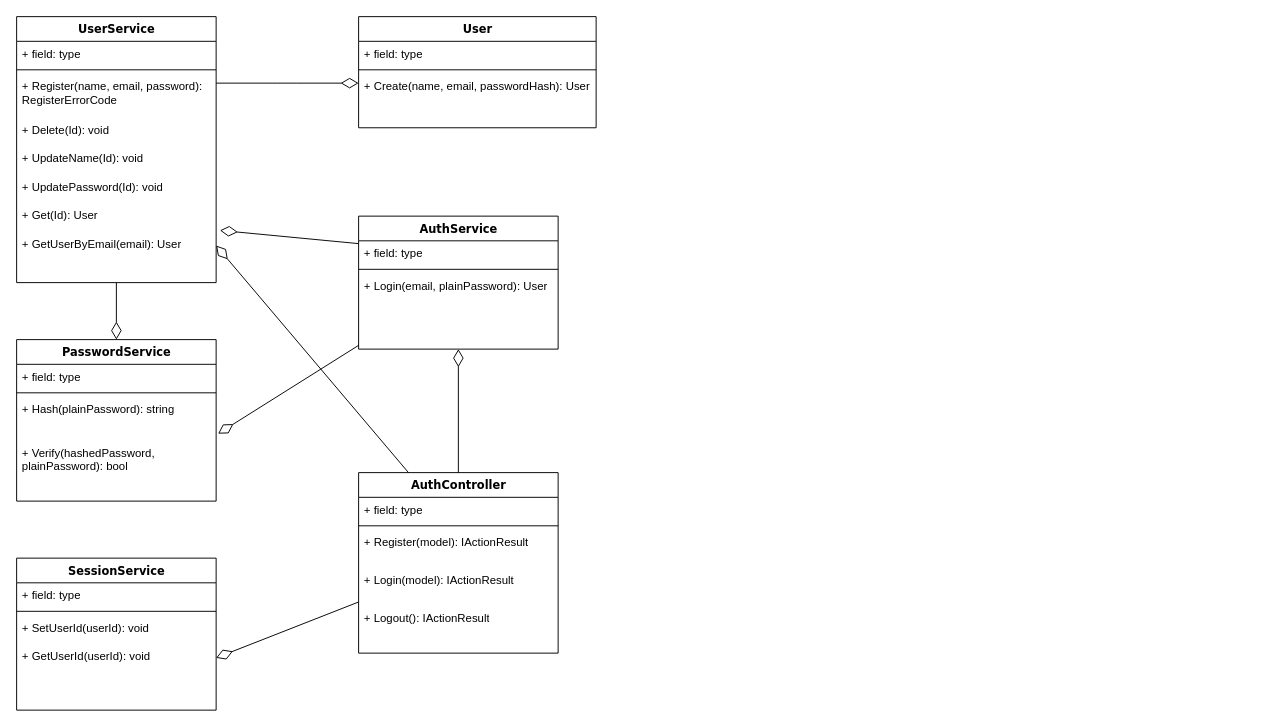
Earlier version of the draw.io diagram App/Documents/ClassDiagram.drawio (KakoFujimoto/MinTwitterApp). Source tidied: cells renumbered, new cells numbered last; positions are measured from the earlier drawing's top-left corner, leaving out a move shared by most shapes. Both pictures are drawn from the tidied source at 95%, with x=0, y=0 at pixel (16, 16).
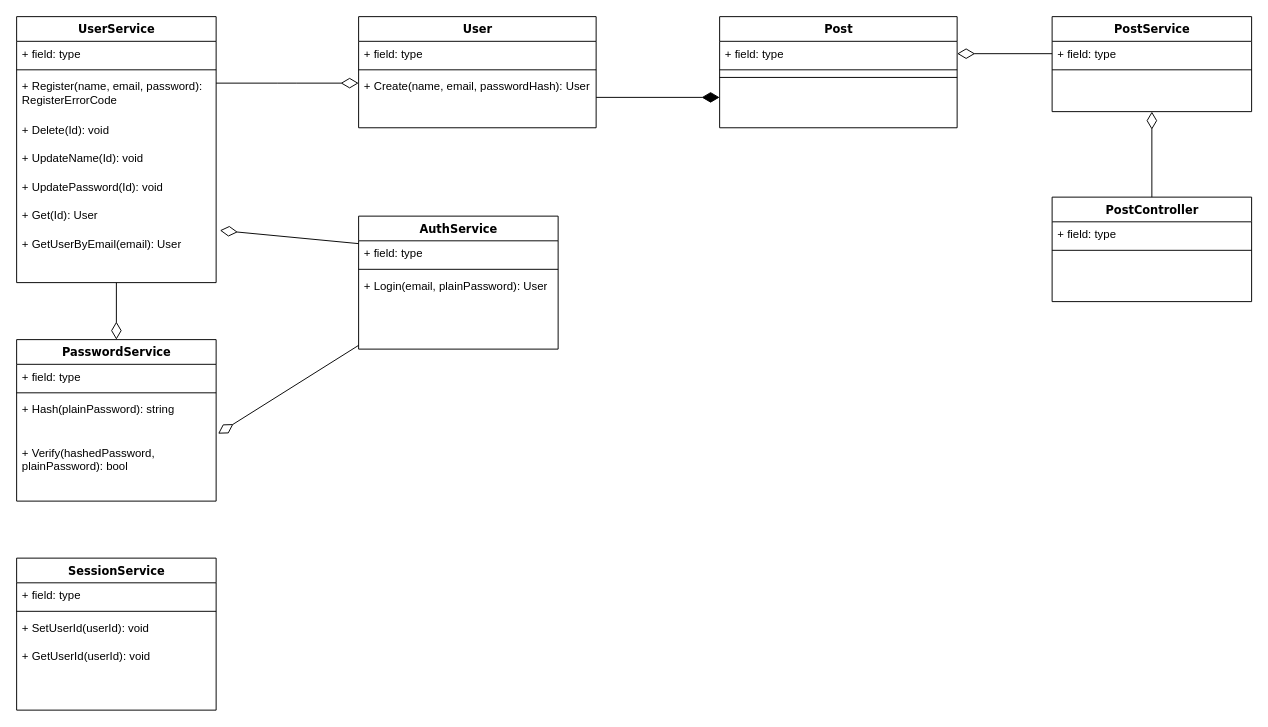
After the change.

Commit message:
クラス図にPost関連を追加

The change refers to these unchanged cells:
```xml
<mxCell id="11" value="+ GetUserByEmail&lt;span style=&quot;color: rgb(0, 0, 0);&quot;&gt;(email)&lt;/span&gt;: User" style="text;html=1;strokeColor=none;fillColor=none;align=left;verticalAlign=top;spacingLeft=4;spacingRight=4;whiteSpace=wrap;overflow=hidden;points=[[0,0.5],[1,0.5]];portConstraint=eastwest;" parent="3" vertex="1">
  <mxGeometry y="226" width="210" height="30" as="geometry" />
</mxCell>
<mxCell id="15" value="+ Create(name, email, passwordHash): User" style="text;html=1;strokeColor=none;fillColor=none;align=left;verticalAlign=top;spacingLeft=4;spacingRight=4;whiteSpace=wrap;overflow=hidden;points=[[0,0.5],[1,0.5]];portConstraint=eastwest;" parent="12" vertex="1">
  <mxGeometry y="60" width="250" height="50" as="geometry" />
</mxCell>
<mxCell id="22" value="AuthService" style="swimlane;html=1;fontStyle=1;align=center;verticalAlign=top;horizontal=1;startSize=26;swimlaneFillColor=#ffffff;rounded=0;shadow=0;comic=0;labelBackgroundColor=none;strokeWidth=1;fillColor=none;fontFamily=Verdana;fontSize=12;" parent="1" vertex="1">
  <mxGeometry x="360" y="210" width="210" height="140" as="geometry" />
</mxCell>
<mxCell id="32" value="+ GetUserId(userId): void" style="text;html=1;strokeColor=none;fillColor=none;align=left;verticalAlign=top;spacingLeft=4;spacingRight=4;whiteSpace=wrap;overflow=hidden;points=[[0,0.5],[1,0.5]];portConstraint=eastwest;" parent="28" vertex="1">
  <mxGeometry y="90" width="210" height="30" as="geometry" />
</mxCell>
```

The edit, as a diff of the source:
```diff
@@
-    <mxCell id="33" style="edgeStyle=none;html=1;exitX=0.5;exitY=0;exitDx=0;exitDy=0;entryX=0.5;entryY=1;entryDx=0;entryDy=0;endArrow=diamondThin;endFill=0;endSize=16;" parent="1" edge="1" source="35" target="22">
-      <mxGeometry relative="1" as="geometry" />
-    </mxCell>
-    <mxCell id="34" style="edgeStyle=none;html=1;exitX=0.25;exitY=0;exitDx=0;exitDy=0;entryX=1;entryY=0.5;entryDx=0;entryDy=0;endArrow=diamondThin;endFill=0;endSize=16;" parent="1" edge="1" source="35" target="11">
-      <mxGeometry relative="1" as="geometry" />
-    </mxCell>
-    <mxCell id="35" value="AuthController" style="swimlane;html=1;fontStyle=1;align=center;verticalAlign=top;horizontal=1;startSize=26;swimlaneFillColor=#ffffff;rounded=0;shadow=0;comic=0;labelBackgroundColor=none;strokeWidth=1;fillColor=none;fontFamily=Verdana;fontSize=12;" parent="1" vertex="1">
-      <mxGeometry x="360" y="480" width="210" height="190" as="geometry" />
-    </mxCell>
-    <mxCell id="36" value="+ field: type" style="text;html=1;strokeColor=none;fillColor=none;align=left;verticalAlign=top;spacingLeft=4;spacingRight=4;whiteSpace=wrap;overflow=hidden;" parent="35" vertex="1">
-      <mxGeometry y="26" width="210" height="26" as="geometry" />
-    </mxCell>
-    <mxCell id="37" style="line;html=1;strokeWidth=1;fillColor=none;align=left;verticalAlign=middle;spacingTop=-1;spacingLeft=3;spacingRight=3;labelPosition=right;" parent="35" vertex="1">
-      <mxGeometry y="52" width="210" height="8" as="geometry" />
-    </mxCell>
-    <mxCell id="38" value="+ Register(model): IActionResult" style="text;html=1;strokeColor=none;fillColor=none;align=left;verticalAlign=top;spacingLeft=4;spacingRight=4;whiteSpace=wrap;overflow=hidden;" parent="35" vertex="1">
-      <mxGeometry y="60" width="210" height="40" as="geometry" />
-    </mxCell>
-    <mxCell id="39" value="+ Login(model): IActionResult" style="text;html=1;strokeColor=none;fillColor=none;align=left;verticalAlign=top;spacingLeft=4;spacingRight=4;whiteSpace=wrap;overflow=hidden;" parent="35" vertex="1">
-      <mxGeometry y="100" width="210" height="40" as="geometry" />
-    </mxCell>
-    <mxCell id="40" value="+ Logout(): IActionResult" style="text;html=1;strokeColor=none;fillColor=none;align=left;verticalAlign=top;spacingLeft=4;spacingRight=4;whiteSpace=wrap;overflow=hidden;" parent="35" vertex="1">
-      <mxGeometry y="140" width="210" height="40" as="geometry" />
-    </mxCell>
-    <mxCell id="41" style="edgeStyle=none;html=1;entryX=1;entryY=0.5;entryDx=0;entryDy=0;endArrow=diamondThin;endFill=0;endSize=16;" parent="1" edge="1" source="35" target="32">
-      <mxGeometry relative="1" as="geometry" />
-    </mxCell>
+    <mxCell id="42" value="Post" style="swimlane;html=1;fontStyle=1;align=center;verticalAlign=top;horizontal=1;startSize=26;swimlaneFillColor=#ffffff;rounded=0;shadow=0;comic=0;labelBackgroundColor=none;strokeWidth=1;fillColor=none;fontFamily=Verdana;fontSize=12;" parent="1" vertex="1">
+      <mxGeometry x="740" width="250" height="117" as="geometry" />
+    </mxCell>
+    <mxCell id="43" value="+ field: type" style="text;html=1;strokeColor=none;fillColor=none;align=left;verticalAlign=top;spacingLeft=4;spacingRight=4;whiteSpace=wrap;overflow=hidden;points=[[0,0.5],[1,0.5]];portConstraint=eastwest;" parent="42" vertex="1">
+      <mxGeometry y="26" width="250" height="26" as="geometry" />
+    </mxCell>
+    <mxCell id="44" style="line;html=1;strokeWidth=1;fillColor=none;align=left;verticalAlign=middle;spacingTop=-1;spacingLeft=3;spacingRight=3;labelPosition=right;" parent="42" vertex="1">
+      <mxGeometry y="52" width="250" height="8" as="geometry" />
+    </mxCell>
+    <mxCell id="45" style="line;html=1;strokeWidth=1;fillColor=none;align=left;verticalAlign=middle;spacingTop=-1;spacingLeft=3;spacingRight=3;labelPosition=right;" parent="42" vertex="1">
+      <mxGeometry y="60" width="250" height="8" as="geometry" />
+    </mxCell>
+    <mxCell id="46" value="PostService" style="swimlane;html=1;fontStyle=1;align=center;verticalAlign=top;horizontal=1;startSize=26;swimlaneFillColor=#ffffff;rounded=0;shadow=0;comic=0;labelBackgroundColor=none;strokeWidth=1;fillColor=none;fontFamily=Verdana;fontSize=12;" parent="1" vertex="1">
+      <mxGeometry x="1090" width="210" height="100" as="geometry" />
+    </mxCell>
+    <mxCell id="47" value="+ field: type" style="text;html=1;strokeColor=none;fillColor=none;align=left;verticalAlign=top;spacingLeft=4;spacingRight=4;whiteSpace=wrap;overflow=hidden;points=[[0,0.5],[1,0.5]];portConstraint=eastwest;" parent="46" vertex="1">
+      <mxGeometry y="26" width="210" height="26" as="geometry" />
+    </mxCell>
+    <mxCell id="48" style="line;html=1;strokeWidth=1;fillColor=none;align=left;verticalAlign=middle;spacingTop=-1;spacingLeft=3;spacingRight=3;labelPosition=right;" parent="46" vertex="1">
+      <mxGeometry y="52" width="210" height="8" as="geometry" />
+    </mxCell>
+    <mxCell id="49" style="edgeStyle=none;html=1;exitX=0;exitY=0.5;exitDx=0;exitDy=0;entryX=1;entryY=0.5;entryDx=0;entryDy=0;endArrow=diamondThin;endFill=0;endSize=16;" parent="1" edge="1" source="47" target="43">
+      <mxGeometry relative="1" as="geometry" />
+    </mxCell>
+    <mxCell id="50" style="edgeStyle=none;html=1;exitX=0.5;exitY=0;exitDx=0;exitDy=0;entryX=0.5;entryY=1;entryDx=0;entryDy=0;endArrow=diamondThin;endFill=0;endSize=16;" parent="1" edge="1" source="51" target="46">
+      <mxGeometry relative="1" as="geometry" />
+    </mxCell>
+    <mxCell id="51" value="PostController" style="swimlane;html=1;fontStyle=1;align=center;verticalAlign=top;horizontal=1;startSize=26;swimlaneFillColor=#ffffff;rounded=0;shadow=0;comic=0;labelBackgroundColor=none;strokeWidth=1;fillColor=none;fontFamily=Verdana;fontSize=12;" parent="1" vertex="1">
+      <mxGeometry x="1090" y="190" width="210" height="110" as="geometry" />
+    </mxCell>
+    <mxCell id="52" value="+ field: type" style="text;html=1;strokeColor=none;fillColor=none;align=left;verticalAlign=top;spacingLeft=4;spacingRight=4;whiteSpace=wrap;overflow=hidden;" parent="51" vertex="1">
+      <mxGeometry y="26" width="210" height="26" as="geometry" />
+    </mxCell>
+    <mxCell id="53" style="line;html=1;strokeWidth=1;fillColor=none;align=left;verticalAlign=middle;spacingTop=-1;spacingLeft=3;spacingRight=3;labelPosition=right;" parent="51" vertex="1">
+      <mxGeometry y="52" width="210" height="8" as="geometry" />
+    </mxCell>
+    <mxCell id="54" style="edgeStyle=none;html=1;exitX=1;exitY=0.5;exitDx=0;exitDy=0;endArrow=diamondThin;endFill=1;startSize=16;strokeWidth=1;endSize=16;" parent="1" edge="1" source="15">
+      <mxGeometry relative="1" as="geometry">
+        <mxPoint x="740" y="85" as="targetPoint" />
+      </mxGeometry>
+    </mxCell>
```
